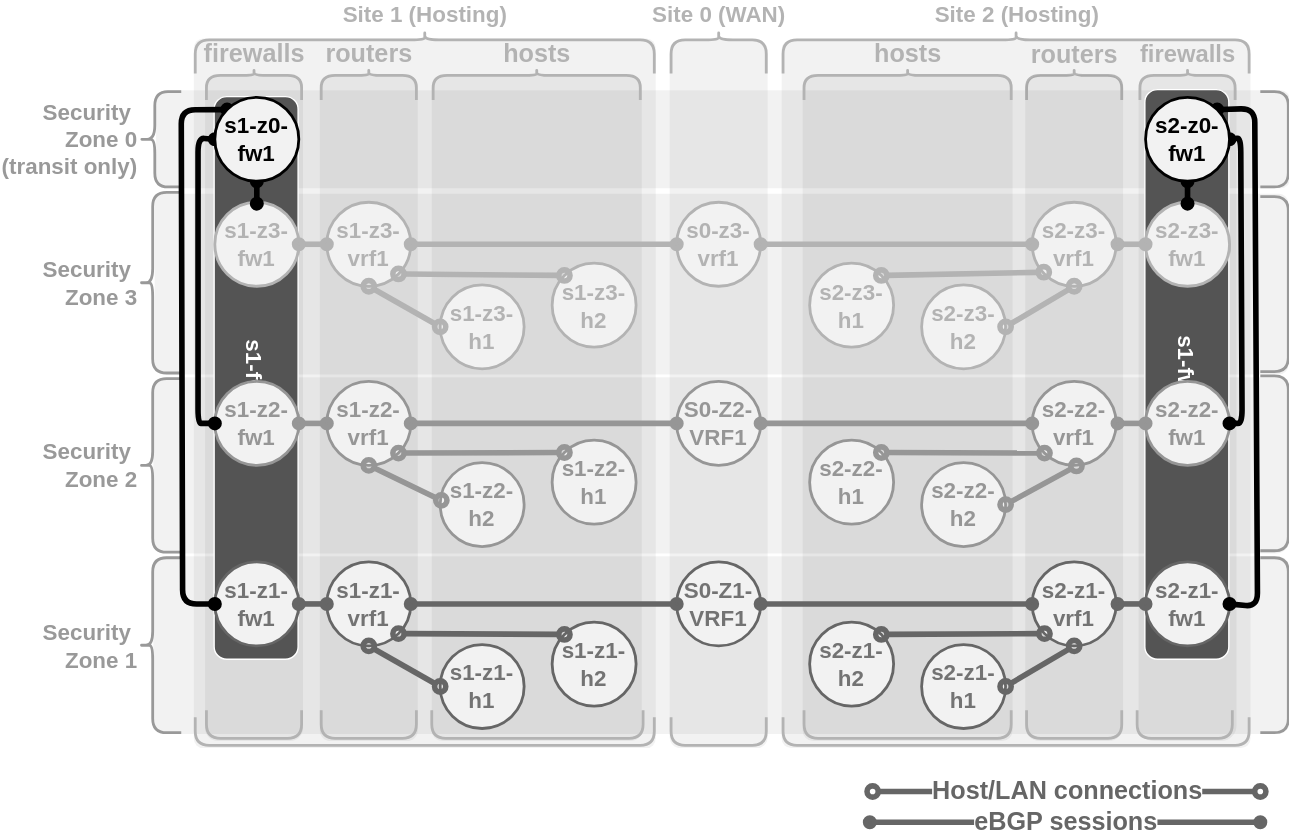
This is pages/1/3(ecmp-symmetric)/framework-transitzone-2.drawio.svg from menckend/alpha, a draw.io export, as it was before one commit. Source tidied: cells renumbered, new cells last; positions are measured from the earlier drawing's top-left corner, leaving out a move shared by most shapes.
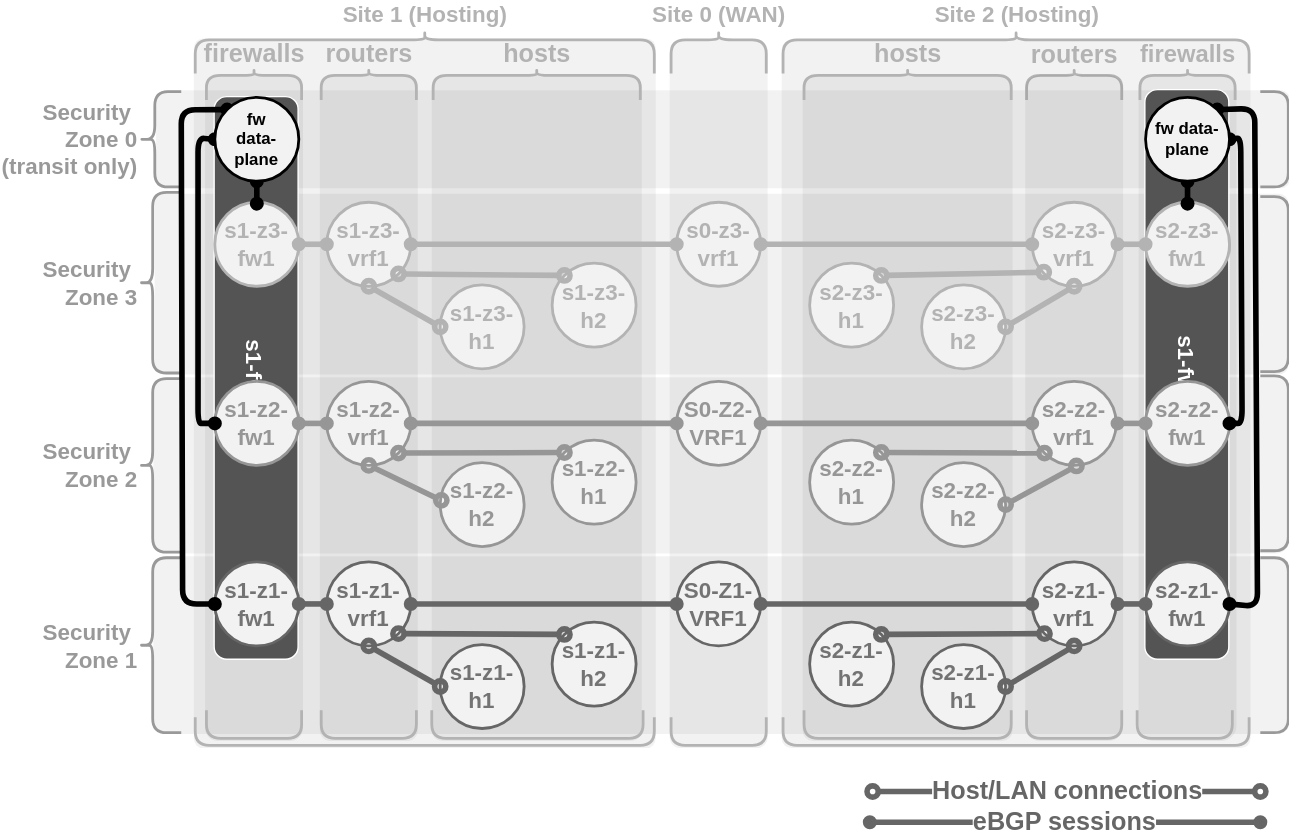
The same diagram one commit later.

What changed in the source:
```diff
@@ -354,13 +354,13 @@
     <mxCell id="105" style="endArrow=oval;startArrow=oval;html=1;strokeWidth=4;strokeColor=#B3B3B3;startFill=1;endFill=1;fontSize=18;fontStyle=1;entryX=1;entryY=0.5;entryDx=0;entryDy=0;" parent="1" edge="1" source="51" target="85">
       <mxGeometry relative="1" as="geometry" />
     </mxCell>
-    <mxCell id="106" value="s1-z0-fw1" style="ellipse;whiteSpace=wrap;html=1;strokeWidth=2;strokeColor=#000000;fontSize=16;fontStyle=1;fillColor=#F2F2F2;fillStyle=solid;" parent="1" vertex="1">
+    <mxCell id="106" value="&lt;font style=&quot;font-size: 12px;&quot;&gt;fw&lt;/font&gt;&lt;div style=&quot;font-size: 12px;&quot;&gt;&lt;font style=&quot;font-size: 12px;&quot;&gt;data-plane&lt;/font&gt;&lt;/div&gt;" style="ellipse;whiteSpace=wrap;html=1;strokeWidth=2;strokeColor=#000000;fontSize=12;fontStyle=1;fillColor=#F2F2F2;fillStyle=solid;" parent="1" vertex="1">
       <mxGeometry x="172" y="47" width="60" height="60" as="geometry" />
     </mxCell>
     <mxCell id="107" value="&lt;div style=&quot;line-height: 80%;&quot;&gt;firewalls&lt;/div&gt;" style="shape=curlyBracket;html=1;rounded=1;labelPosition=center;verticalLabelPosition=top;align=center;verticalAlign=middle;rotation=0;strokeWidth=2;strokeColor=#B3B3B3;size=0.2;direction=south;fontSize=18;fontColor=#B3B3B3;fontStyle=1;" parent="1" vertex="1">
       <mxGeometry x="166" y="27" width="68" height="22" as="geometry" />
     </mxCell>
-    <mxCell id="108" value="s2-z0-fw1" style="ellipse;whiteSpace=wrap;html=1;strokeWidth=2;strokeColor=#000000;fontSize=16;fontStyle=1;fillColor=#F2F2F2;fillStyle=solid;" parent="1" vertex="1">
+    <mxCell id="108" value="fw data-plane" style="ellipse;whiteSpace=wrap;html=1;strokeWidth=2;strokeColor=#000000;fontSize=12;fontStyle=1;fillColor=#F2F2F2;fillStyle=solid;" parent="1" vertex="1">
       <mxGeometry x="837" y="47" width="60" height="60" as="geometry" />
     </mxCell>
     <mxCell id="109" style="shape=curlyBracket;whiteSpace=wrap;html=1;rounded=1;labelPosition=left;verticalLabelPosition=middle;align=right;verticalAlign=middle;rotation=0;strokeWidth=2;strokeColor=#999999;direction=west;size=0;fontSize=18;fontStyle=1;fontColor=#666666;" parent="1" vertex="1">
```
